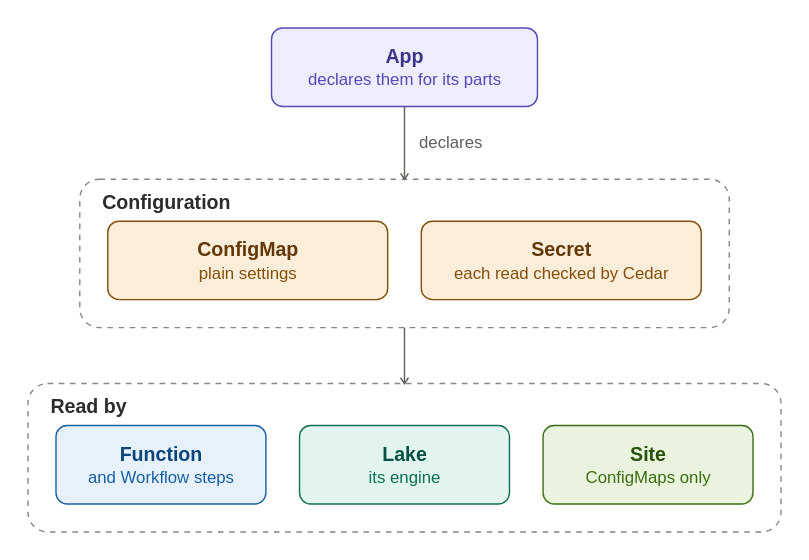
pyvvo/funcd keeps this draw.io diagram as docs/guide/assets/configuration.drawio.svg. Above is the earlier version. Source tidied: cells renumbered, new cells last; positions are measured from the earlier drawing's top-left corner, leaving out a move shared by most shapes.
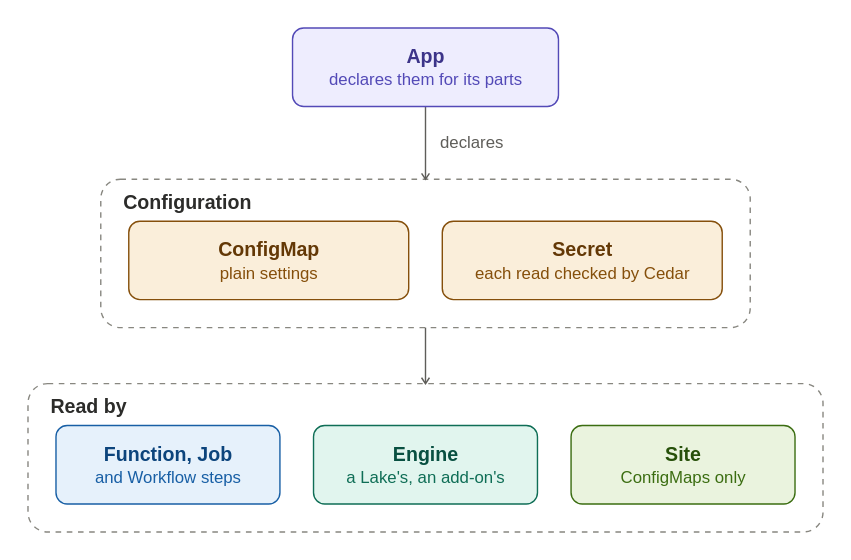
The same file after the commit.

What changed in the source:
```diff
@@ -15,16 +15,16 @@
       <mxGeometry x="244" y="30" width="200" height="56" as="geometry" />
     </mxCell>
     <mxCell id="6" value="Read by" style="rounded=1;absoluteArcSize=1;arcSize=28;dashed=1;fillColor=none;strokeColor=#888780;fontStyle=1;fontSize=14;fontColor=#2C2C2A;align=left;verticalAlign=top;spacingLeft=10;spacingTop=2;html=1;" parent="1" vertex="1">
-      <mxGeometry y="254" width="538" height="106" as="geometry" />
+      <mxGeometry x="-15" y="254" width="568" height="106" as="geometry" />
     </mxCell>
-    <mxCell id="7" value="&lt;b&gt;Function&lt;/b&gt;&lt;br&gt;&lt;font style=&quot;font-size:12px&quot; color=&quot;#185FA5&quot;&gt;and Workflow steps&lt;/font&gt;" style="rounded=1;absoluteArcSize=1;arcSize=16;whiteSpace=wrap;html=1;fillColor=#E6F1FB;strokeColor=#185FA5;fontColor=#0C447C;fontSize=14;" parent="6" vertex="1">
-      <mxGeometry x="20" y="30" width="150" height="56" as="geometry" />
+    <mxCell id="7" value="&lt;b&gt;Function, Job&lt;/b&gt;&lt;br&gt;&lt;font style=&quot;font-size:12px&quot; color=&quot;#185FA5&quot;&gt;and Workflow steps&lt;/font&gt;" style="rounded=1;absoluteArcSize=1;arcSize=16;whiteSpace=wrap;html=1;fillColor=#E6F1FB;strokeColor=#185FA5;fontColor=#0C447C;fontSize=14;" parent="6" vertex="1">
+      <mxGeometry x="20" y="30" width="160" height="56" as="geometry" />
     </mxCell>
-    <mxCell id="8" value="&lt;b&gt;Lake&lt;/b&gt;&lt;br&gt;&lt;font style=&quot;font-size:12px&quot; color=&quot;#0F6E56&quot;&gt;its engine&lt;/font&gt;" style="rounded=1;absoluteArcSize=1;arcSize=16;whiteSpace=wrap;html=1;fillColor=#E1F5EE;strokeColor=#0F6E56;fontColor=#085041;fontSize=14;" parent="6" vertex="1">
-      <mxGeometry x="194" y="30" width="150" height="56" as="geometry" />
+    <mxCell id="8" value="&lt;b&gt;Engine&lt;/b&gt;&lt;br&gt;&lt;font style=&quot;font-size:12px&quot; color=&quot;#0F6E56&quot;&gt;a Lake&amp;#x27;s, an add-on&amp;#x27;s&lt;/font&gt;" style="rounded=1;absoluteArcSize=1;arcSize=16;whiteSpace=wrap;html=1;fillColor=#E1F5EE;strokeColor=#0F6E56;fontColor=#085041;fontSize=14;" parent="6" vertex="1">
+      <mxGeometry x="204" y="30" width="160" height="56" as="geometry" />
     </mxCell>
     <mxCell id="9" value="&lt;b&gt;Site&lt;/b&gt;&lt;br&gt;&lt;font style=&quot;font-size:12px&quot; color=&quot;#3B6D11&quot;&gt;ConfigMaps only&lt;/font&gt;" style="rounded=1;absoluteArcSize=1;arcSize=16;whiteSpace=wrap;html=1;fillColor=#EAF3DE;strokeColor=#3B6D11;fontColor=#27500A;fontSize=14;" parent="6" vertex="1">
-      <mxGeometry x="368" y="30" width="150" height="56" as="geometry" />
+      <mxGeometry x="388" y="30" width="160" height="56" as="geometry" />
     </mxCell>
     <mxCell id="10" value="declares" style="edgeStyle=orthogonalEdgeStyle;rounded=0;html=1;jettySize=auto;strokeColor=#5F5E5A;fontColor=#5F5E5A;fontSize=12;labelBackgroundColor=#FFFFFF;endSize=7;endArrow=open;endFill=0;exitX=0.5;exitY=1;exitDx=0;exitDy=0;exitPerimeter=0;entryX=0.5;entryY=0;entryDx=0;entryDy=0;entryPerimeter=0;" parent="1" edge="1" source="2" target="3">
       <mxGeometry relative="1" as="geometry">
```
